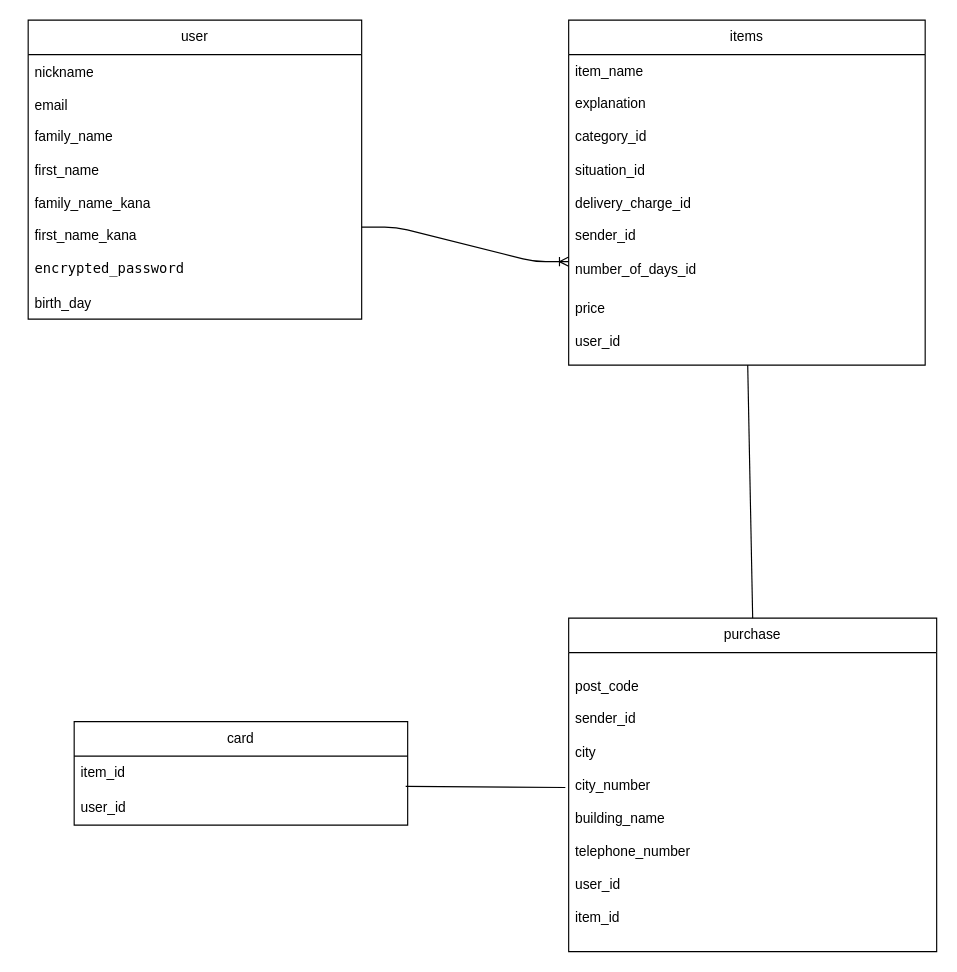
Earlier version of the draw.io diagram .dio (yuta10200831/furima-38941). Source tidied: cells renumbered, new cells numbered last; positions are measured from the earlier drawing's top-left corner, leaving out a move shared by most shapes. Both pictures are drawn from the tidied source at 115%, with x=0, y=0 at pixel (28, 20).
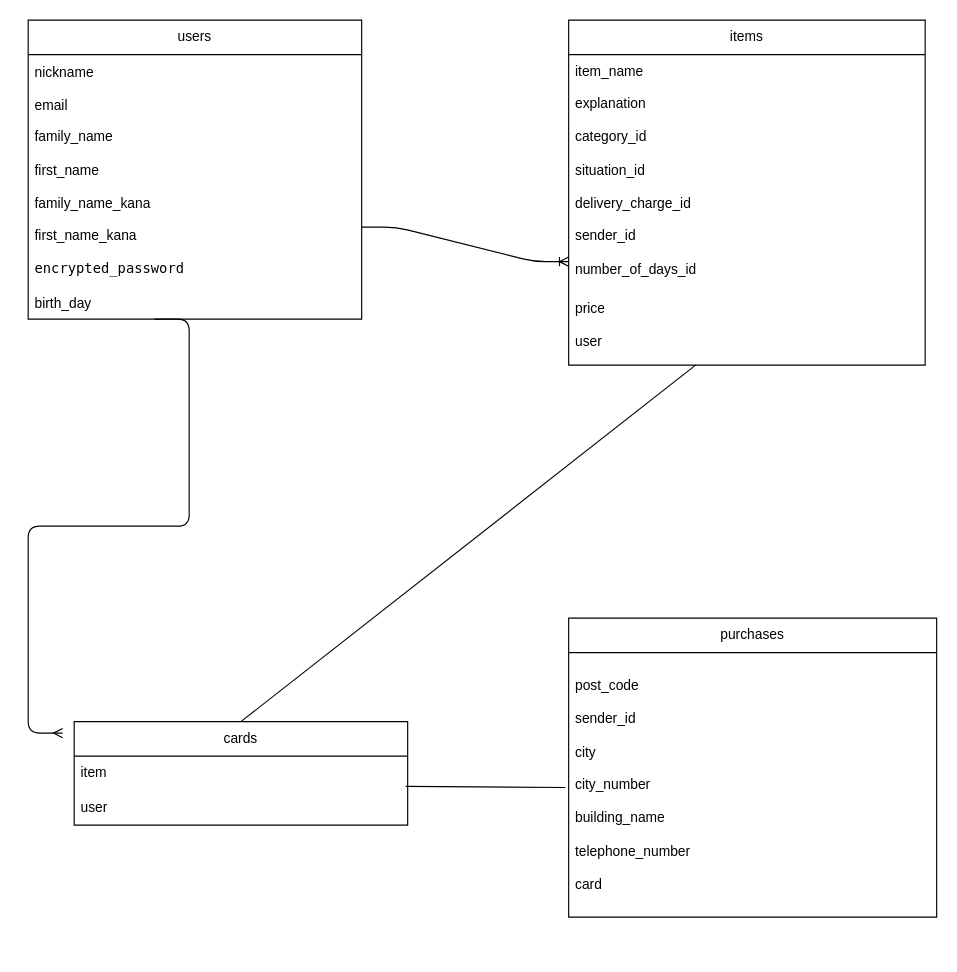
Above is the later version.

Commit message (it also covers changes not shown here):
データベース設計の修正④

The change refers to these unchanged cells:
```xml
<mxCell id="7" value="items" style="swimlane;fontStyle=0;horizontal=1;startSize=30;whiteSpace=wrap;html=1;" parent="1" vertex="1">
  <mxGeometry x="470" width="310" height="300" as="geometry" />
</mxCell>
```

Diff of the diagram source:
```diff
@@
-    <mxCell id="3" value="user" style="swimlane;fontStyle=0;horizontal=1;startSize=30;whiteSpace=wrap;html=1;" parent="1" vertex="1">
+    <mxCell id="3" value="users" style="swimlane;fontStyle=0;horizontal=1;startSize=30;whiteSpace=wrap;html=1;" parent="1" vertex="1">
       <mxGeometry width="290" height="260" as="geometry" />
     </mxCell>
@@
-    <mxCell id="10" value="price&lt;br&gt;&lt;br&gt;user_id" style="text;strokeColor=none;fillColor=none;align=left;verticalAlign=middle;spacingLeft=4;spacingRight=4;overflow=hidden;points=[[0,0.5],[1,0.5]];portConstraint=eastwest;whiteSpace=wrap;html=1;" parent="7" vertex="1">
+    <mxCell id="10" value="price&lt;br&gt;&lt;br&gt;user" style="text;strokeColor=none;fillColor=none;align=left;verticalAlign=middle;spacingLeft=4;spacingRight=4;overflow=hidden;points=[[0,0.5],[1,0.5]];portConstraint=eastwest;whiteSpace=wrap;html=1;" parent="7" vertex="1">
       <mxGeometry y="230" width="310" height="70" as="geometry" />
     </mxCell>
-    <mxCell id="11" value="purchase" style="swimlane;fontStyle=0;horizontal=1;startSize=30;whiteSpace=wrap;html=1;" parent="1" vertex="1">
-      <mxGeometry x="470" y="520" width="320" height="290" as="geometry" />
+    <mxCell id="11" value="purchases" style="swimlane;fontStyle=0;horizontal=1;startSize=30;whiteSpace=wrap;html=1;" parent="1" vertex="1">
+      <mxGeometry x="470" y="520" width="320" height="260" as="geometry" />
     </mxCell>
-    <mxCell id="12" value="post_code&lt;br&gt;&lt;br&gt;sender_id&lt;br&gt;&lt;br&gt;city&lt;br&gt;&lt;br&gt;city_number&lt;br&gt;&lt;br&gt;building_name&lt;br&gt;&lt;br&gt;telephone_number&lt;br&gt;&lt;br&gt;user_id&lt;br&gt;&lt;br&gt;item_id" style="text;strokeColor=none;fillColor=none;align=left;verticalAlign=middle;spacingLeft=4;spacingRight=4;overflow=hidden;whiteSpace=wrap;html=1;" parent="11" vertex="1">
-      <mxGeometry y="30" width="320" height="260" as="geometry" />
+    <mxCell id="12" value="post_code&lt;br&gt;&lt;br&gt;sender_id&lt;br&gt;&lt;br&gt;city&lt;br&gt;&lt;br&gt;city_number&lt;br&gt;&lt;br&gt;building_name&lt;br&gt;&lt;br&gt;telephone_number&lt;br&gt;&lt;br&gt;card" style="text;strokeColor=none;fillColor=none;align=left;verticalAlign=middle;spacingLeft=4;spacingRight=4;overflow=hidden;whiteSpace=wrap;html=1;" parent="11" vertex="1">
+      <mxGeometry y="30" width="320" height="230" as="geometry" />
     </mxCell>
-    <mxCell id="13" value="card" style="swimlane;fontStyle=0;horizontal=1;startSize=30;whiteSpace=wrap;html=1;" parent="1" vertex="1">
+    <mxCell id="13" value="cards" style="swimlane;fontStyle=0;horizontal=1;startSize=30;whiteSpace=wrap;html=1;" parent="1" vertex="1">
       <mxGeometry x="40" y="610" width="290" height="90" as="geometry" />
     </mxCell>
-    <mxCell id="14" value="item_id" style="text;strokeColor=none;fillColor=none;align=left;verticalAlign=middle;spacingLeft=4;spacingRight=4;overflow=hidden;whiteSpace=wrap;html=1;" parent="13" vertex="1">
+    <mxCell id="14" value="item" style="text;strokeColor=none;fillColor=none;align=left;verticalAlign=middle;spacingLeft=4;spacingRight=4;overflow=hidden;whiteSpace=wrap;html=1;" parent="13" vertex="1">
       <mxGeometry y="30" width="290" height="30" as="geometry" />
     </mxCell>
-    <mxCell id="15" value="user_id" style="text;strokeColor=none;fillColor=none;align=left;verticalAlign=middle;spacingLeft=4;spacingRight=4;overflow=hidden;points=[[0,0.5],[1,0.5]];portConstraint=eastwest;whiteSpace=wrap;html=1;" parent="13" vertex="1">
+    <mxCell id="15" value="user" style="text;strokeColor=none;fillColor=none;align=left;verticalAlign=middle;spacingLeft=4;spacingRight=4;overflow=hidden;points=[[0,0.5],[1,0.5]];portConstraint=eastwest;whiteSpace=wrap;html=1;" parent="13" vertex="1">
       <mxGeometry y="60" width="290" height="30" as="geometry" />
     </mxCell>
@@
-    <mxCell id="17" style="endArrow=none;html=1;rounded=0;entryX=0.5;entryY=0;entryDx=0;entryDy=0;" parent="1" edge="1" source="10" target="11">
+    <mxCell id="17" style="endArrow=none;html=1;rounded=0;entryX=0.5;entryY=0;entryDx=0;entryDy=0;" parent="1" edge="1" source="10" target="13">
       <mxGeometry relative="1" as="geometry" />
     </mxCell>
+    <mxCell id="18" style="edgeStyle=entityRelationEdgeStyle;fontSize=12;html=1;endArrow=ERmany;fontColor=#000000;" parent="1" edge="1">
+      <mxGeometry relative="1" as="geometry">
+        <mxPoint x="110" y="260" as="sourcePoint" />
+        <mxPoint x="30" y="620" as="targetPoint" />
+      </mxGeometry>
+    </mxCell>
```
